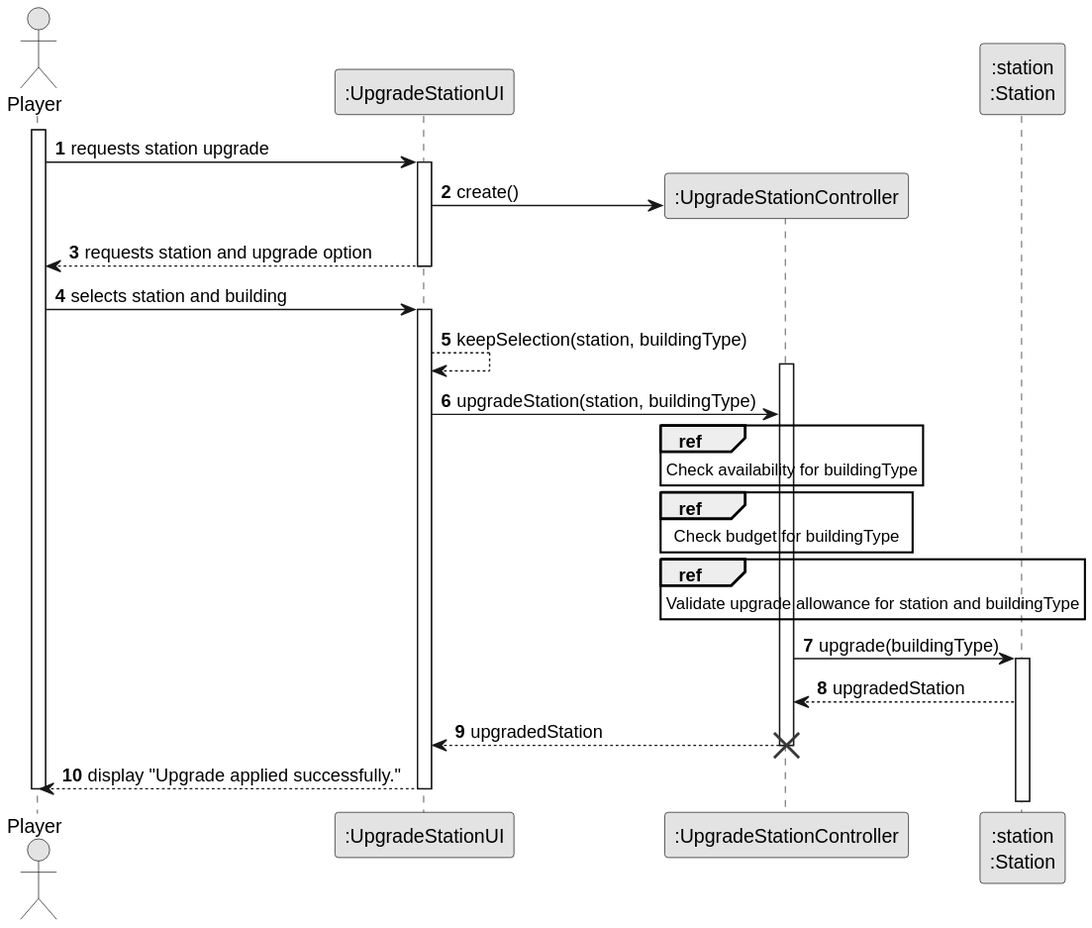
The PlantUML diagram docs/system-documentation/US006/03.design/svg/US006-SD-split.svg in goncalolopesp/sem2-pi-24.25-g093-repo, before a commit.
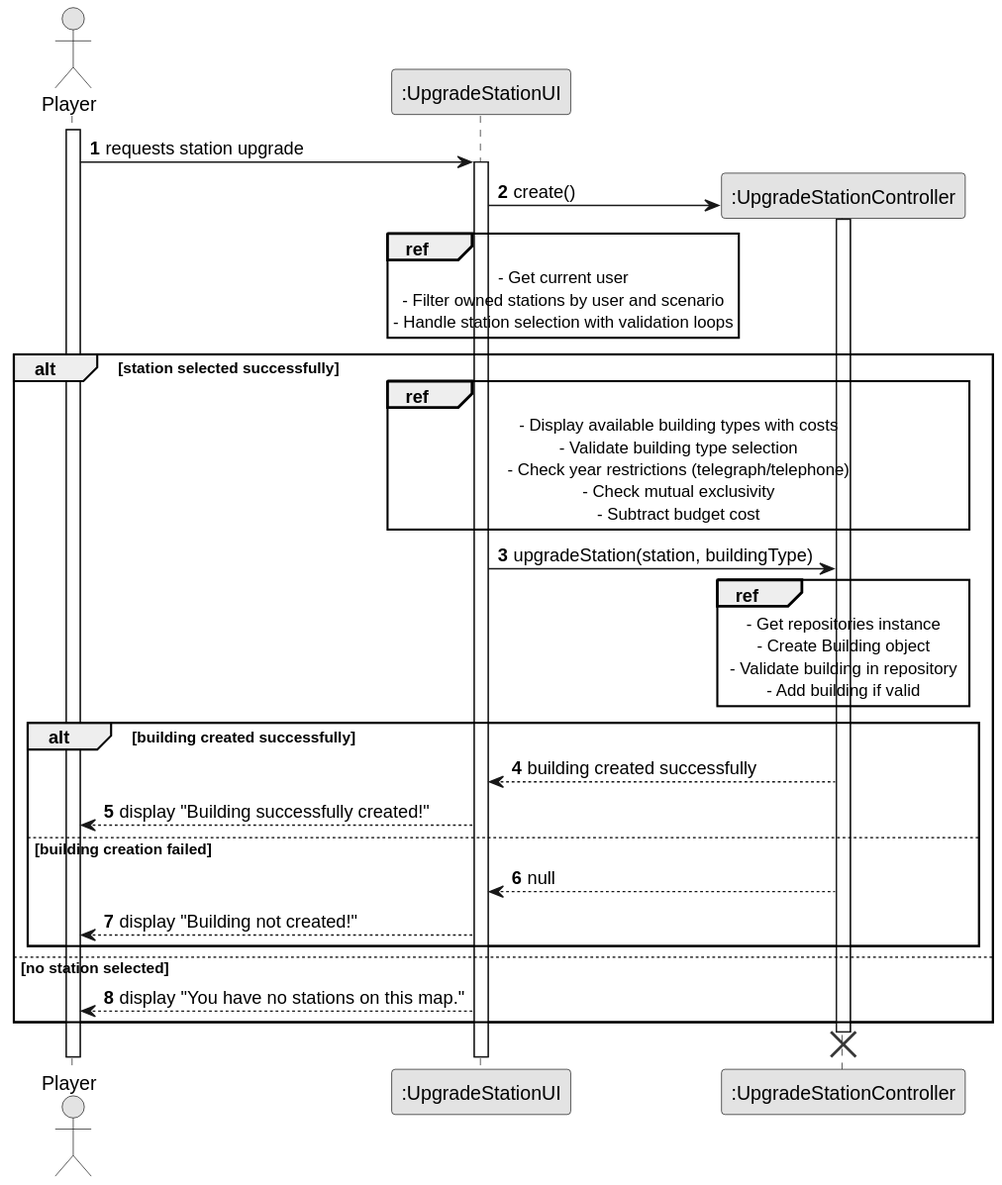
After the commit.

Change to the diagram source:
```diff
@@ -6,44 +6,55 @@
 autonumber
 
 actor "Player" as Player
-participant ":UpgradeStationUI"          as UpgradeStationUI
-
+participant ":UpgradeStationUI" as UpgradeStationUI
+participant ":UpgradeStationController" as UpgradeStationController
 
 activate Player
 
 Player -> UpgradeStationUI : requests station upgrade
-create ":UpgradeStationController" as UpgradeStationController
 activate UpgradeStationUI
+
+create UpgradeStationController
 UpgradeStationUI -> UpgradeStationController : create()
-participant ":station\n:Station"         as Station
-
-UpgradeStationUI --> Player : requests station and upgrade option
-deactivate UpgradeStationUI
-
-Player -> UpgradeStationUI : selects station and building
-activate UpgradeStationUI
-UpgradeStationUI --> UpgradeStationUI : keepSelection(station, buildingType)
 activate UpgradeStationController
 
-UpgradeStationUI -> UpgradeStationController : upgradeStation(station, buildingType)
-ref over UpgradeStationController
-    Check availability for buildingType
-end ref
-ref over UpgradeStationController
-    Check budget for buildingType
-end ref
-ref over UpgradeStationController
-    Validate upgrade allowance for station and buildingType
+ref over UpgradeStationUI
+    - Get current user
+    - Filter owned stations by user and scenario
+    - Handle station selection with validation loops
 end ref
 
-UpgradeStationController -> Station : upgrade(buildingType)
-activate Station
-Station --> UpgradeStationController : upgradedStation
-UpgradeStationController --> UpgradeStationUI : upgradedStation
+alt station selected successfully
+    ref over UpgradeStationUI, UpgradeStationController
+        - Display available building types with costs
+        - Validate building type selection
+        - Check year restrictions (telegraph/telephone)
+        - Check mutual exclusivity
+        - Subtract budget cost
+    end ref
+
+    UpgradeStationUI -> UpgradeStationController : upgradeStation(station, buildingType)
+
+    ref over UpgradeStationController
+        - Get repositories instance
+        - Create Building object
+        - Validate building in repository
+        - Add building if valid
+    end ref
+
+    alt building created successfully
+        UpgradeStationController --> UpgradeStationUI : building created successfully
+        UpgradeStationUI --> Player : display "Building successfully created!"
+    else building creation failed
+        UpgradeStationController --> UpgradeStationUI : null
+        UpgradeStationUI --> Player : display "Building not created!"
+    end
+else no station selected
+    UpgradeStationUI --> Player : display "You have no stations on this map."
+end
+
+destroy UpgradeStationController
 deactivate UpgradeStationController
-destroy UpgradeStationController
-
-UpgradeStationUI --> Player : display "Upgrade applied successfully."
 deactivate UpgradeStationUI
 deactivate Player
 @enduml
```
